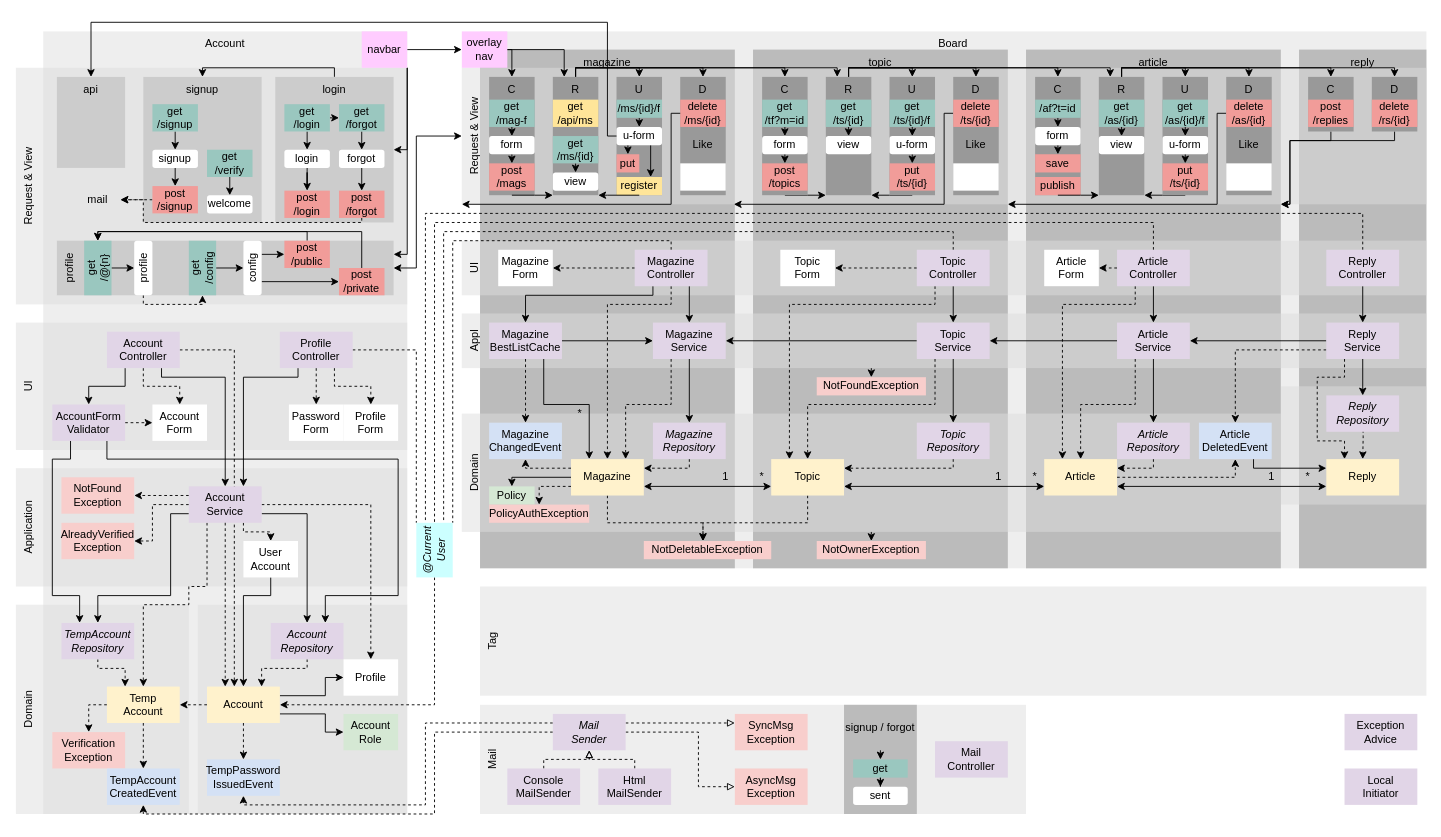
Earlier version of the draw.io diagram diagram.drawio (suloginscene/dinner). Source tidied: cells renumbered, new cells numbered last; positions are measured from the earlier drawing's top-left corner, leaving out a move shared by most shapes. Both pictures are drawn from the tidied source at 91%, with x=0, y=0 at pixel (15, 22).
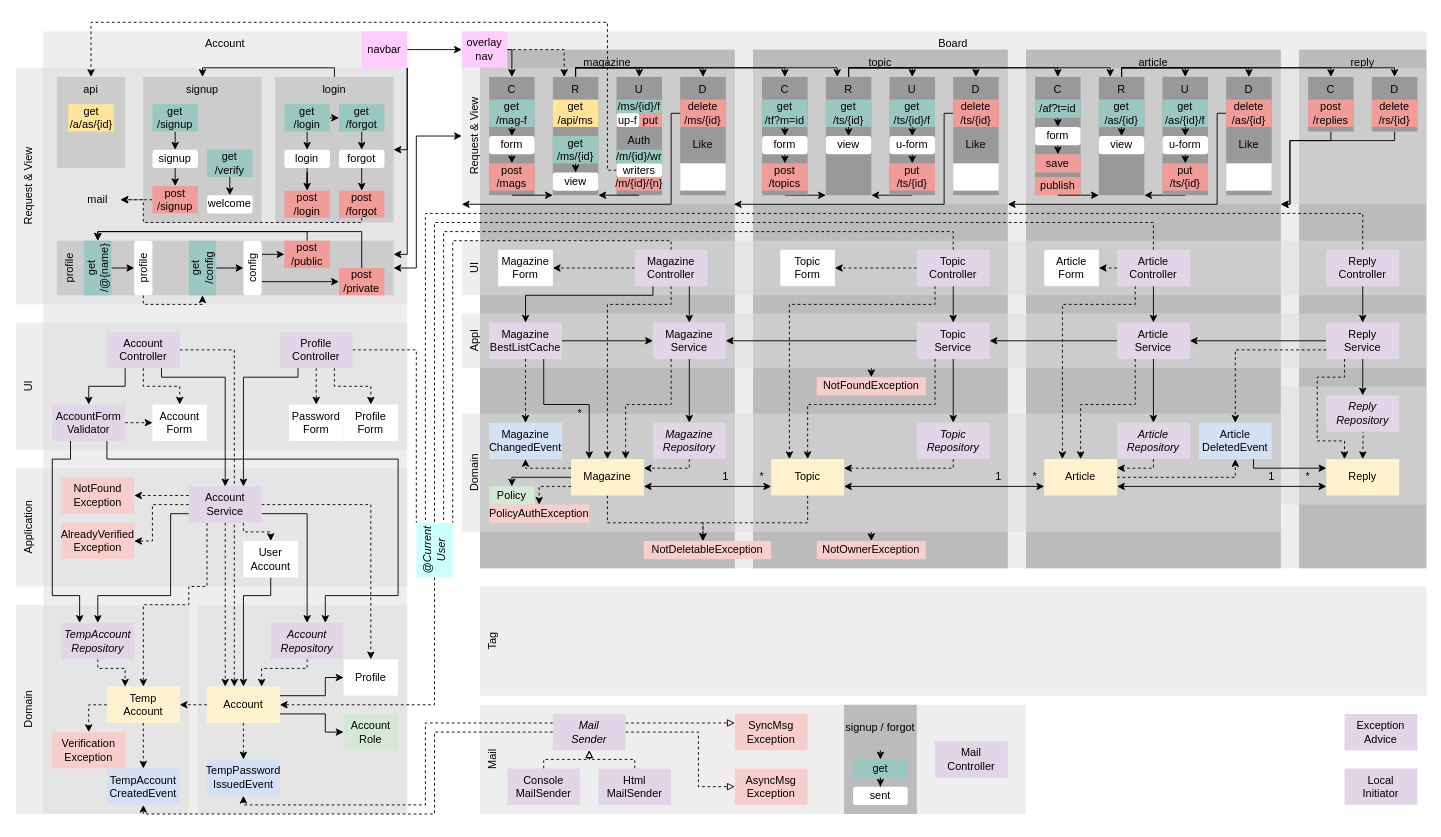
Above is the later version.

Unchanged cells that the change refers to:
```xml
<mxCell id="11" value="magazine" style="rounded=0;whiteSpace=wrap;html=1;verticalAlign=top;strokeColor=none;fillColor=#BBBBBB;" parent="1" vertex="1">
  <mxGeometry x="510" y="30" width="280" height="570" as="geometry" />
</mxCell>
<mxCell id="19" value="C" style="rounded=0;whiteSpace=wrap;html=1;verticalAlign=top;strokeColor=none;fillColor=#999999;" parent="1" vertex="1">
  <mxGeometry x="520" y="60" width="50" height="130" as="geometry" />
</mxCell>
<mxCell id="99" value="R" style="rounded=0;whiteSpace=wrap;html=1;verticalAlign=top;strokeColor=none;fillColor=#999999;" parent="1" vertex="1">
  <mxGeometry x="590" y="60" width="50" height="130" as="geometry" />
</mxCell>
<mxCell id="264" value="overlay&lt;br&gt;nav" style="rounded=0;whiteSpace=wrap;html=1;fontStyle=0;strokeColor=none;fillColor=#FFCCFF;" parent="1" vertex="1">
  <mxGeometry x="490" y="10" width="50" height="40" as="geometry" />
</mxCell>
<mxCell id="307" value="api" style="rounded=0;whiteSpace=wrap;html=1;verticalAlign=top;fillColor=#CCCCCC;strokeColor=none;" parent="1" vertex="1">
  <mxGeometry x="45" y="60" width="75" height="100" as="geometry" />
</mxCell>
```

What changed in the source:
```diff
@@
-    <mxCell id="151" value="get&lt;br&gt;/@{n}" style="rounded=0;whiteSpace=wrap;html=1;fontStyle=0;strokeColor=none;fillColor=#9AC7BF;horizontal=0;" parent="1" vertex="1">
+    <mxCell id="151" value="get&lt;br&gt;/@{name}" style="rounded=0;whiteSpace=wrap;html=1;fontStyle=0;strokeColor=none;fillColor=#9AC7BF;horizontal=0;" parent="1" vertex="1">
       <mxGeometry x="75" y="240" width="30" height="60" as="geometry" />
     </mxCell>
@@
-    <mxCell id="259" style="edgeStyle=orthogonalEdgeStyle;rounded=0;jettySize=auto;html=1;entryX=0.25;entryY=0;entryDx=0;entryDy=0;endArrow=classic;endFill=1;" parent="1" edge="1" target="99">
+    <mxCell id="259" style="edgeStyle=orthogonalEdgeStyle;rounded=0;jettySize=auto;html=1;entryX=0.25;entryY=0;entryDx=0;entryDy=0;endArrow=classic;endFill=1;exitX=1;exitY=0.5;exitDx=0;exitDy=0;dashed=1;" parent="1" edge="1" source="264" target="99">
       <mxGeometry relative="1" as="geometry">
-        <mxPoint x="510" y="30" as="sourcePoint" />
         <Array as="points">
-          <mxPoint x="603" y="30" />
+          <mxPoint x="602" y="30" />
         </Array>
       </mxGeometry>
     </mxCell>
-    <mxCell id="260" style="edgeStyle=orthogonalEdgeStyle;rounded=0;jettySize=auto;html=1;entryX=0.5;entryY=0;entryDx=0;entryDy=0;endArrow=classic;endFill=1;exitX=0;exitY=0;exitDx=0;exitDy=0;" parent="1" edge="1" source="11" target="19">
+    <mxCell id="260" style="edgeStyle=orthogonalEdgeStyle;rounded=0;jettySize=auto;html=1;entryX=0.5;entryY=0;entryDx=0;entryDy=0;endArrow=classic;endFill=1;exitX=1;exitY=0.5;exitDx=0;exitDy=0;" parent="1" edge="1" source="264" target="19">
       <mxGeometry relative="1" as="geometry">
         <Array as="points">
           <mxPoint x="545" y="30" />
         </Array>
       </mxGeometry>
     </mxCell>
@@
-    <mxCell id="270" style="edgeStyle=orthogonalEdgeStyle;rounded=0;jettySize=auto;html=1;exitX=0.5;exitY=1;exitDx=0;exitDy=0;entryX=0.5;entryY=0;entryDx=0;entryDy=0;" parent="1" edge="1" source="271" target="274">
-      <mxGeometry relative="1" as="geometry" />
-    </mxCell>
     <mxCell id="271" value="/ms/{id}/f" style="rounded=0;whiteSpace=wrap;html=1;fontStyle=0;strokeColor=none;fillColor=#9AC7BF;" parent="1" vertex="1">
-      <mxGeometry x="660" y="85" width="50" height="20" as="geometry" />
+      <mxGeometry x="660" y="85" width="50" height="15" as="geometry" />
     </mxCell>
-    <mxCell id="272" style="edgeStyle=orthogonalEdgeStyle;rounded=0;jettySize=auto;html=1;exitX=0.25;exitY=1;exitDx=0;exitDy=0;entryX=0.5;entryY=0;entryDx=0;entryDy=0;" parent="1" edge="1" source="274" target="275">
-      <mxGeometry relative="1" as="geometry" />
-    </mxCell>
-    <mxCell id="273" style="edgeStyle=orthogonalEdgeStyle;rounded=0;jettySize=auto;html=1;exitX=0.75;exitY=1;exitDx=0;exitDy=0;entryX=0.75;entryY=0;entryDx=0;entryDy=0;startArrow=none;startFill=0;" parent="1" edge="1" source="274" target="280">
-      <mxGeometry relative="1" as="geometry" />
-    </mxCell>
-    <mxCell id="274" value="u-form" style="rounded=1;whiteSpace=wrap;html=1;strokeColor=none;" parent="1" vertex="1">
-      <mxGeometry x="660" y="115" width="50" height="20" as="geometry" />
-    </mxCell>
     <mxCell id="275" value="put" style="rounded=0;whiteSpace=wrap;html=1;fontStyle=0;strokeColor=none;fillColor=#F19C99;" parent="1" vertex="1">
-      <mxGeometry x="660" y="145" width="25" height="20" as="geometry" />
+      <mxGeometry x="685" y="100" width="25" height="15" as="geometry" />
     </mxCell>
@@
-    <mxCell id="280" value="register" style="rounded=0;whiteSpace=wrap;html=1;fontStyle=0;strokeColor=none;fillColor=#FFE599;" parent="1" vertex="1">
-      <mxGeometry x="660" y="170" width="50" height="20" as="geometry" />
+    <mxCell id="280" value="/m/{id}/{n}" style="rounded=0;whiteSpace=wrap;html=1;fontStyle=0;strokeColor=none;fillColor=#F19C99;" parent="1" vertex="1">
+      <mxGeometry x="660" y="170" width="50" height="15" as="geometry" />
     </mxCell>
@@
-    <mxCell id="308" style="edgeStyle=orthogonalEdgeStyle;rounded=0;jettySize=auto;html=1;exitX=0;exitY=0.5;exitDx=0;exitDy=0;entryX=0.5;entryY=0;entryDx=0;entryDy=0;" parent="1" edge="1" source="274" target="307">
+    <mxCell id="308" style="edgeStyle=orthogonalEdgeStyle;rounded=0;jettySize=auto;html=1;exitX=0;exitY=0.5;exitDx=0;exitDy=0;entryX=0.5;entryY=0;entryDx=0;entryDy=0;dashed=1;" parent="1" edge="1" source="314" target="307">
       <mxGeometry relative="1" as="geometry">
         <Array as="points">
-          <mxPoint x="650" y="125" />
+          <mxPoint x="650" y="162" />
           <mxPoint x="650" />
-          <mxPoint x="83" />
+          <mxPoint x="82" />
         </Array>
       </mxGeometry>
     </mxCell>
@@
+    <mxCell id="312" value="get&lt;br&gt;/a/as/{id}" style="rounded=0;whiteSpace=wrap;html=1;fontStyle=0;strokeColor=none;fillColor=#FFE599;" parent="1" vertex="1">
+      <mxGeometry x="57.5" y="90" width="50" height="30" as="geometry" />
+    </mxCell>
+    <mxCell id="313" value="up-f" style="rounded=1;whiteSpace=wrap;html=1;strokeColor=none;" parent="1" vertex="1">
+      <mxGeometry x="660" y="100" width="25" height="15" as="geometry" />
+    </mxCell>
+    <mxCell id="314" value="writers" style="rounded=1;whiteSpace=wrap;html=1;strokeColor=none;" parent="1" vertex="1">
+      <mxGeometry x="660" y="155" width="50" height="15" as="geometry" />
+    </mxCell>
+    <mxCell id="315" value="/m/{id}/wr" style="rounded=0;whiteSpace=wrap;html=1;fontStyle=0;strokeColor=none;fillColor=#9AC7BF;" parent="1" vertex="1">
+      <mxGeometry x="660" y="140" width="50" height="15" as="geometry" />
+    </mxCell>
+    <mxCell id="316" value="Auth" style="rounded=1;whiteSpace=wrap;html=1;strokeColor=none;fillColor=none;" parent="1" vertex="1">
+      <mxGeometry x="660" y="120" width="50" height="20" as="geometry" />
+    </mxCell>
```
